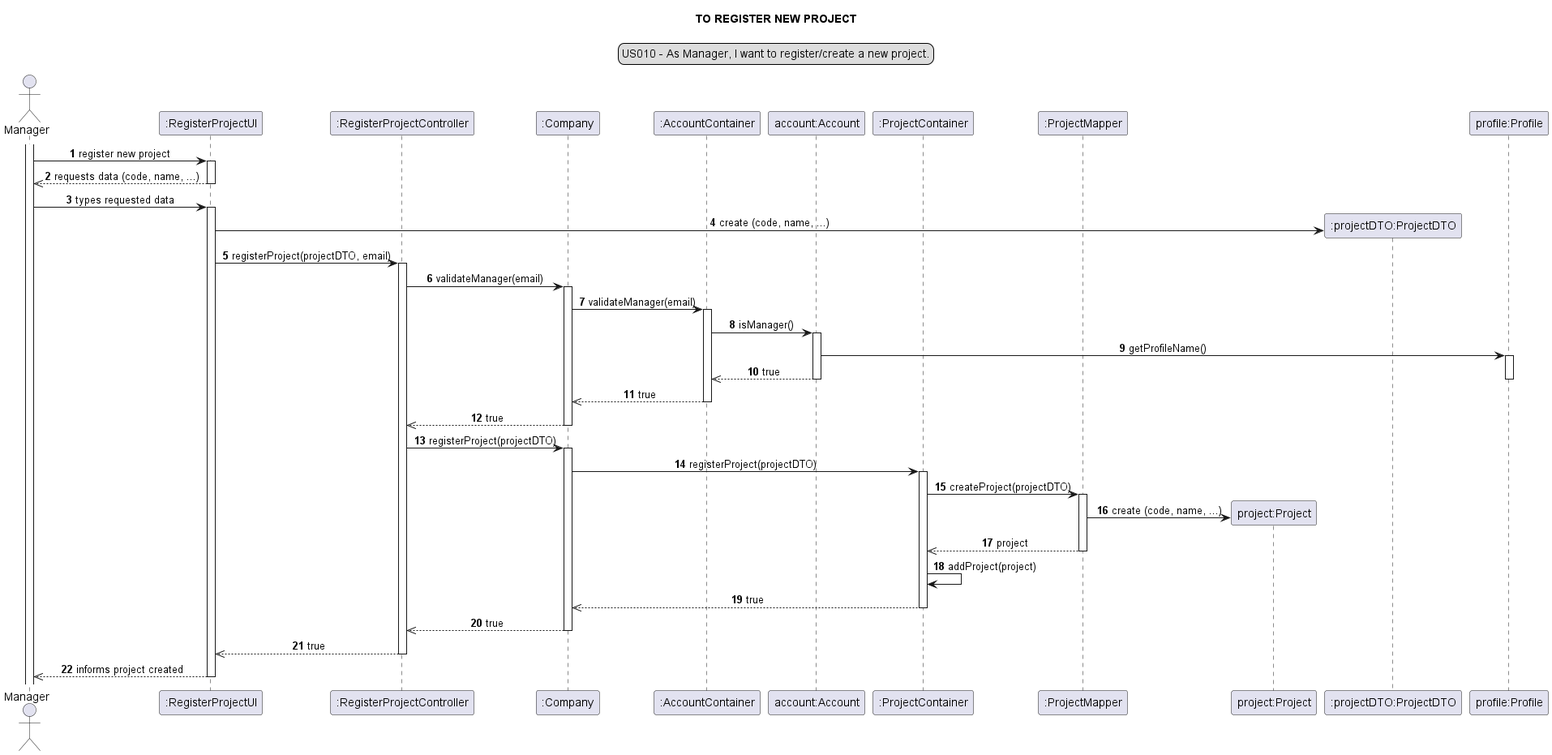
This is docs/modelling_design/user_stories/sprint02/us010/old/US010_sequenceDiagram-TO_REGISTER_NEW_PROJECT.png from Loracline/project_switch_22-23, a PlantUML export, as it was before one commit. The source it was exported from:
```plantuml
@startuml

skinparam sequenceMessageAlign center
title TO REGISTER NEW PROJECT
legend top
US010 - As Manager, I want to register/create a new project.
end legend
autonumber

actor Manager as mg
participant ":RegisterProjectUI" as ui
participant ":RegisterProjectController" as controller
participant ":Company" as comp
participant ":AccountContainer" as ac
participant "account:Account" as a
participant ":ProjectContainer" as PC
participant ":ProjectMapper" as mapper
participant "project:Project" as project
participant ":projectDTO:ProjectDTO" as dto
participant "profile:Profile" as pf

activate mg
mg ->ui : register new project
activate ui
ui -->> mg: requests data (code, name, ...)
deactivate ui
mg -> ui: types requested data
activate ui
create dto
ui -> dto: create (code, name, ...)
ui -> controller: registerProject(projectDTO, email)
activate controller


controller -> comp: validateManager(email)
activate comp
comp -> ac: validateManager(email)
activate ac
ac -> a: isManager()
activate a
a -> pf : getProfileName()
activate pf
a -->> ac: true
deactivate pf
deactivate a
ac -->> comp: true
deactivate ac
comp -->> controller: true
deactivate comp
controller -> comp: registerProject(projectDTO)
activate comp
comp -> PC : registerProject(projectDTO)
activate PC
PC -> mapper: createProject(projectDTO)
activate mapper
create project
mapper -> project : create (code, name, ...)
mapper -->> PC: project
deactivate mapper
PC -> PC : addProject(project)
PC -->> comp : true
deactivate PC
comp -->>controller: true
deactivate comp
controller -->> ui : true
deactivate controller
ui -->> mg :  informs project created
deactivate ui

@enduml
```
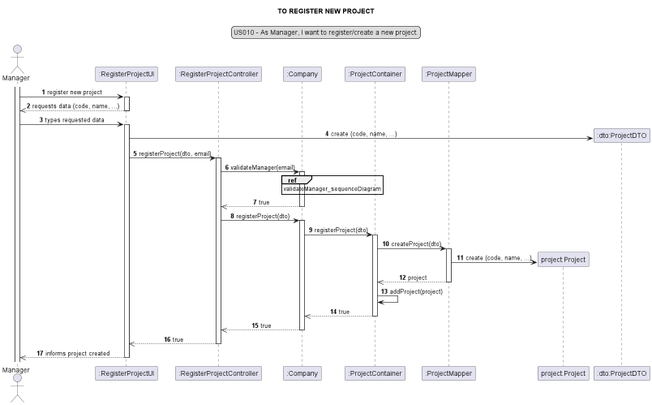
After the change.

The edit, as a diff of the source:
```diff
@@ -11,13 +11,10 @@
 participant ":RegisterProjectUI" as ui
 participant ":RegisterProjectController" as controller
 participant ":Company" as comp
-participant ":AccountContainer" as ac
-participant "account:Account" as a
 participant ":ProjectContainer" as PC
 participant ":ProjectMapper" as mapper
 participant "project:Project" as project
-participant ":projectDTO:ProjectDTO" as dto
-participant "profile:Profile" as pf
+participant ":dto:ProjectDTO" as dto
 
 activate mg
 mg ->ui : register new project
@@ -28,30 +25,19 @@
 activate ui
 create dto
 ui -> dto: create (code, name, ...)
-ui -> controller: registerProject(projectDTO, email)
+ui -> controller: registerProject(dto, email)
 activate controller
 
-
 controller -> comp: validateManager(email)
+ref over comp: validateManager_sequenceDiagram
 activate comp
-comp -> ac: validateManager(email)
-activate ac
-ac -> a: isManager()
-activate a
-a -> pf : getProfileName()
-activate pf
-a -->> ac: true
-deactivate pf
-deactivate a
-ac -->> comp: true
-deactivate ac
 comp -->> controller: true
 deactivate comp
-controller -> comp: registerProject(projectDTO)
+controller -> comp: registerProject(dto)
 activate comp
-comp -> PC : registerProject(projectDTO)
+comp -> PC : registerProject(dto)
 activate PC
-PC -> mapper: createProject(projectDTO)
+PC -> mapper: createProject(dto)
 activate mapper
 create project
 mapper -> project : create (code, name, ...)
```
